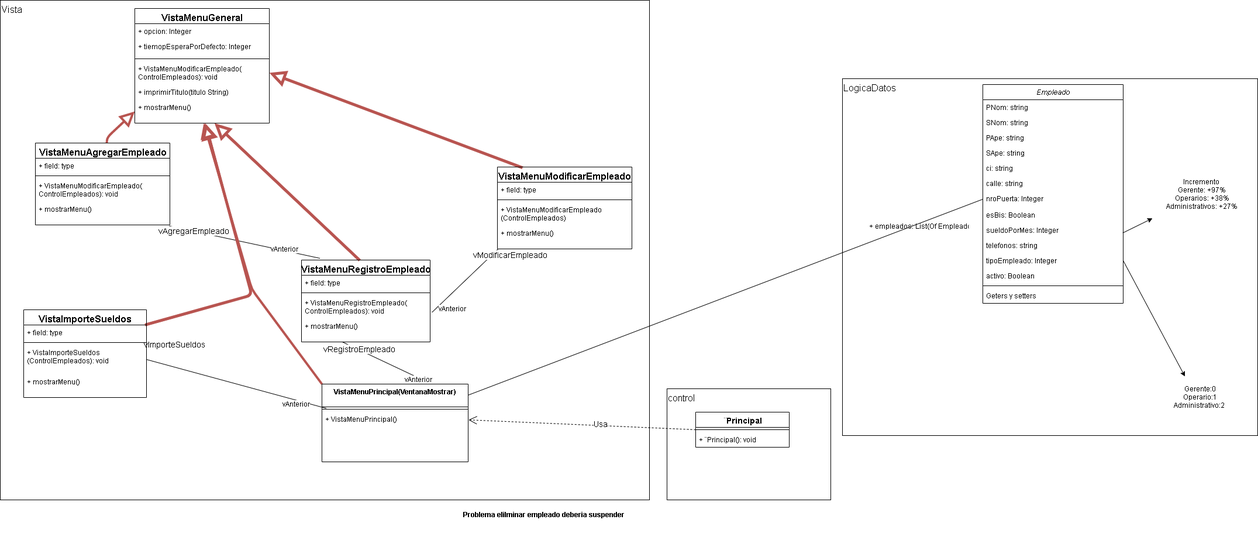
AlexisM-prog/Registro-de-empleados keeps this draw.io diagram as Diagrama clase.png. Above is the earlier version. Source tidied: cells renumbered, new cells last; positions are measured from the earlier drawing's top-left corner, leaving out a move shared by most shapes.
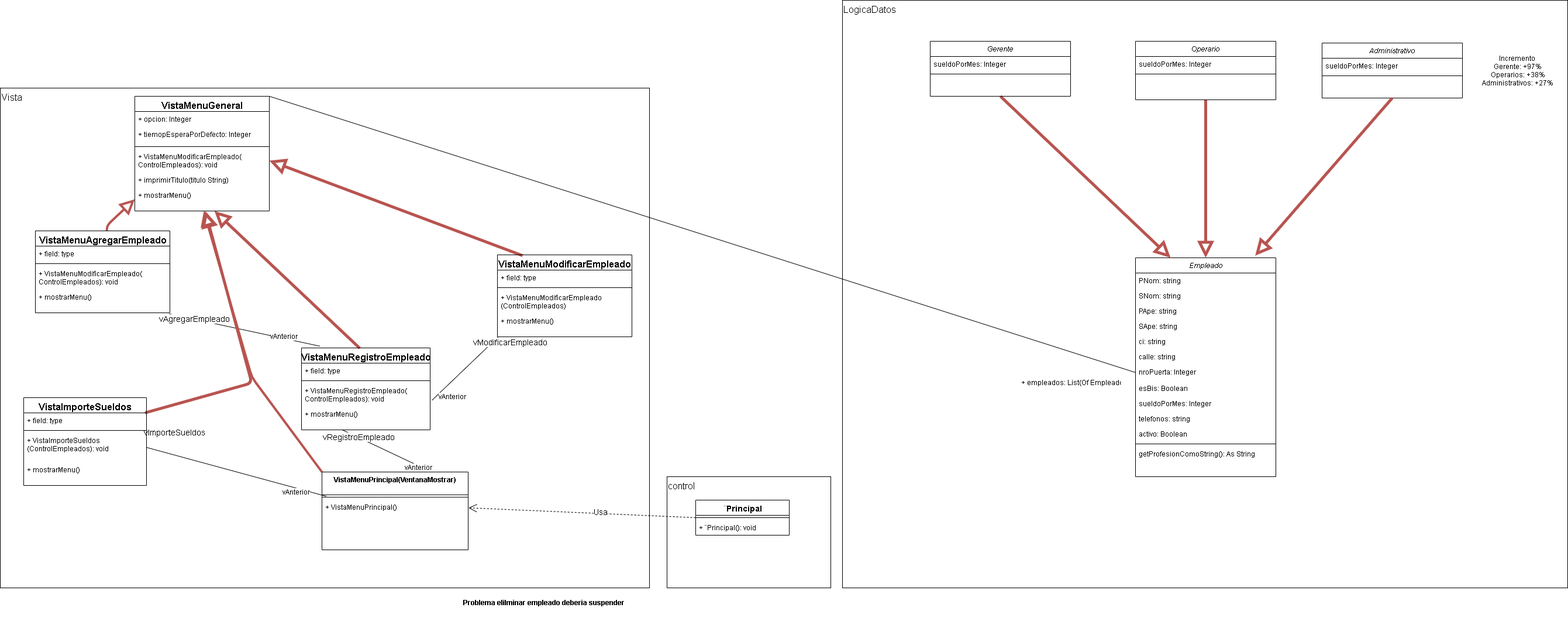
The same diagram one commit later.

Commit message:
Agrego clase Operario, Administrador y Gerente

Antes habia un tipoEmpleado ahora los 3 heredan de empleado

Diff of the diagram source:
```diff
@@ -6,28 +6,26 @@
       <mxGeometry width="1110" height="854" as="geometry" />
     </mxCell>
     <mxCell id="3" value="LogicaDatos" style="rounded=0;fillColor=none;align=left;whiteSpace=wrap;html=1;spacing=2;fontSize=16;horizontal=1;verticalAlign=top;" parent="1" vertex="1">
-      <mxGeometry x="1440" y="134" width="710" height="610" as="geometry" />
+      <mxGeometry x="1440" y="-150" width="1240" height="1004" as="geometry" />
     </mxCell>
-    <mxCell id="4" value="&amp;nbsp;Gerente:0&lt;br&gt;&amp;nbsp;Operario:1&lt;br&gt;Administrativo:2" style="text;html=1;strokeColor=none;fillColor=none;align=center;verticalAlign=middle;whiteSpace=wrap;rounded=0;" parent="1" vertex="1">
-      <mxGeometry x="1980" y="643" width="140" height="70" as="geometry" />
-    </mxCell>
+    <mxCell id="78" value="Administrativo" style="swimlane;fontStyle=2;align=center;verticalAlign=top;horizontal=1;startSize=26;rounded=0;shadow=0;strokeWidth=1;" parent="1" vertex="1">
+      <mxGeometry x="2260" y="-77" width="240" height="94" as="geometry" />
+    </mxCell>
+    <mxCell id="79" value="sueldoPorMes: Integer&#10;" style="text;align=left;verticalAlign=top;spacingLeft=4;spacingRight=4;overflow=hidden;rounded=0;shadow=0;html=0;" parent="78" vertex="1">
+      <mxGeometry y="26" width="240" height="26" as="geometry" />
+    </mxCell>
+    <mxCell id="80" style="line;html=1;strokeWidth=1;align=left;verticalAlign=middle;spacingTop=-1;spacingLeft=3;spacingRight=3;labelPosition=right;" parent="78" vertex="1">
+      <mxGeometry y="52" width="240" height="8" as="geometry" />
+    </mxCell>
     <mxCell id="5" value="Problema elilminar empleado deberia suspender" style="text;align=center;fontStyle=1;verticalAlign=middle;spacingLeft=3;spacingRight=3;strokeColor=none;" parent="1" vertex="1">
       <mxGeometry x="780" y="824" width="300" height="110" as="geometry" />
     </mxCell>
     <mxCell id="6" value="control" style="rounded=0;fillColor=none;align=left;whiteSpace=wrap;html=1;spacing=2;fontSize=16;horizontal=1;verticalAlign=top;" parent="1" vertex="1">
       <mxGeometry x="1140" y="664" width="280" height="190" as="geometry" />
     </mxCell>
-    <mxCell id="7" style="endArrow=classic;html=1;exitX=0.997;exitY=0.68;exitDx=0;exitDy=0;exitPerimeter=0;" parent="1" edge="1" source="72" target="8">
-      <mxGeometry relative="1" as="geometry" />
-    </mxCell>
     <mxCell id="8" value="Incremento&amp;nbsp;&lt;br&gt;Gerente: +97%&lt;br&gt;Operarios: +38%&lt;br&gt;Administrativos: +27%" style="text;html=1;strokeColor=none;fillColor=none;align=center;verticalAlign=middle;whiteSpace=wrap;rounded=0;" parent="1" vertex="1">
-      <mxGeometry x="1970" y="273" width="170" height="116" as="geometry" />
+      <mxGeometry x="2510" y="-88" width="170" height="116" as="geometry" />
     </mxCell>
-    <mxCell id="9" style="endArrow=classic;html=1;exitX=1;exitY=0.5;exitDx=0;exitDy=0;" parent="1" edge="1" source="74">
-      <mxGeometry relative="1" as="geometry">
-        <mxPoint x="2025.6" y="643" as="targetPoint" />
-      </mxGeometry>
-    </mxCell>
     <mxCell id="10" style="endArrow=none;endFill=0;endSize=12;html=1;fontSize=16;entryX=0.029;entryY=-0.064;entryDx=0;entryDy=0;exitX=1;exitY=0.5;exitDx=0;exitDy=0;entryPerimeter=0;" parent="1" edge="1" source="33" target="37">
       <mxGeometry relative="1" as="geometry" />
     </mxCell>
@@ -83,11 +81,11 @@
     <mxCell id="22" value="Usa" style="endArrow=open;endSize=12;dashed=1;html=1;fontSize=14;exitX=0;exitY=0.5;exitDx=0;exitDy=0;entryX=1.003;entryY=0.165;entryDx=0;entryDy=0;entryPerimeter=0;" parent="1" edge="1" source="60" target="37">
       <mxGeometry x="-0.16" y="-3" relative="1" as="geometry" />
     </mxCell>
-    <mxCell id="23" style="endArrow=none;endFill=0;endSize=12;html=1;fontSize=16;entryX=0;entryY=0.5;entryDx=0;entryDy=0;" parent="1" edge="1" source="35" target="70">
+    <mxCell id="23" style="endArrow=none;endFill=0;endSize=12;html=1;fontSize=16;entryX=0;entryY=0.5;entryDx=0;entryDy=0;exitX=1;exitY=0;exitDx=0;exitDy=0;" parent="1" edge="1" source="48" target="70">
       <mxGeometry relative="1" as="geometry" />
     </mxCell>
     <mxCell id="24" value="+ empleados: List(Of Empleado)" style="text;strokeColor=none;fillColor=none;align=left;verticalAlign=top;spacingLeft=4;spacingRight=4;overflow=hidden;" parent="1" vertex="1">
-      <mxGeometry x="1480" y="373" width="180" height="22" as="geometry" />
+      <mxGeometry x="1740" y="490" width="180" height="22" as="geometry" />
     </mxCell>
     <mxCell id="25" style="endArrow=block;endSize=16;endFill=0;html=1;exitX=0.453;exitY=0.004;exitDx=0;exitDy=0;exitPerimeter=0;fillColor=#f8cecc;strokeColor=#b85450;strokeWidth=5;" parent="1" edge="1" source="55" target="54">
       <mxGeometry x="1" y="-351" relative="1" as="geometry">
@@ -221,7 +219,7 @@
       <mxGeometry y="34" width="160" height="26" as="geometry" />
     </mxCell>
     <mxCell id="63" value="Empleado" style="swimlane;fontStyle=2;align=center;verticalAlign=top;horizontal=1;startSize=26;rounded=0;shadow=0;strokeWidth=1;" parent="1" vertex="1">
-      <mxGeometry x="1680" y="144" width="240" height="374" as="geometry" />
+      <mxGeometry x="1941" y="290" width="240" height="374" as="geometry" />
     </mxCell>
     <mxCell id="64" value="PNom: string" style="text;align=left;verticalAlign=top;spacingLeft=4;spacingRight=4;overflow=hidden;" parent="63" vertex="1">
       <mxGeometry y="26" width="240" height="26" as="geometry" />
@@ -253,17 +251,41 @@
     <mxCell id="73" value="telefonos: string" style="text;align=left;verticalAlign=top;spacingLeft=4;spacingRight=4;overflow=hidden;rounded=0;shadow=0;html=0;" parent="63" vertex="1">
       <mxGeometry y="262" width="240" height="26" as="geometry" />
     </mxCell>
-    <mxCell id="74" value="tipoEmpleado: Integer" style="text;align=left;verticalAlign=top;spacingLeft=4;spacingRight=4;overflow=hidden;points=[[0,0.5],[1,0.5]];portConstraint=eastwest;rounded=0;shadow=0;html=0;" parent="63" vertex="1">
-      <mxGeometry y="288" width="240" height="26" as="geometry" />
-    </mxCell>
     <mxCell id="75" value="activo: Boolean" style="text;align=left;verticalAlign=top;spacingLeft=4;spacingRight=4;overflow=hidden;rounded=0;shadow=0;html=0;" parent="63" vertex="1">
-      <mxGeometry y="314" width="240" height="26" as="geometry" />
+      <mxGeometry y="288" width="240" height="26" as="geometry" />
     </mxCell>
     <mxCell id="76" style="line;html=1;strokeWidth=1;align=left;verticalAlign=middle;spacingTop=-1;spacingLeft=3;spacingRight=3;labelPosition=right;" parent="63" vertex="1">
-      <mxGeometry y="340" width="240" height="8" as="geometry" />
+      <mxGeometry y="314" width="240" height="8" as="geometry" />
     </mxCell>
-    <mxCell id="77" value="Geters y setters" style="text;align=left;verticalAlign=top;spacingLeft=4;spacingRight=4;overflow=hidden;" parent="63" vertex="1">
-      <mxGeometry y="348" width="240" height="26" as="geometry" />
+    <mxCell id="77" value="getProfesionComoString(): As String" style="text;align=left;verticalAlign=top;spacingLeft=4;spacingRight=4;overflow=hidden;" parent="63" vertex="1">
+      <mxGeometry y="322" width="240" height="28" as="geometry" />
     </mxCell>
+    <mxCell id="81" style="endArrow=block;endSize=16;endFill=0;html=1;fillColor=#f8cecc;strokeColor=#b85450;strokeWidth=5;exitX=0.5;exitY=1;exitDx=0;exitDy=0;entryX=0.25;entryY=0;entryDx=0;entryDy=0;" parent="1" edge="1" source="82" target="63">
+      <mxGeometry x="0.08" y="2" relative="1" as="geometry" />
+    </mxCell>
+    <mxCell id="82" value="Gerente" style="swimlane;fontStyle=2;align=center;verticalAlign=top;horizontal=1;startSize=26;rounded=0;shadow=0;strokeWidth=1;" parent="1" vertex="1">
+      <mxGeometry x="1590" y="-80" width="240" height="94" as="geometry" />
+    </mxCell>
+    <mxCell id="83" value="sueldoPorMes: Integer&#10;" style="text;align=left;verticalAlign=top;spacingLeft=4;spacingRight=4;overflow=hidden;rounded=0;shadow=0;html=0;" parent="82" vertex="1">
+      <mxGeometry y="26" width="240" height="26" as="geometry" />
+    </mxCell>
+    <mxCell id="84" style="line;html=1;strokeWidth=1;align=left;verticalAlign=middle;spacingTop=-1;spacingLeft=3;spacingRight=3;labelPosition=right;" parent="82" vertex="1">
+      <mxGeometry y="52" width="240" height="8" as="geometry" />
+    </mxCell>
+    <mxCell id="85" style="endArrow=block;endSize=16;endFill=0;html=1;fillColor=#f8cecc;strokeColor=#b85450;strokeWidth=5;exitX=0.5;exitY=1;exitDx=0;exitDy=0;" parent="1" edge="1" source="87" target="63">
+      <mxGeometry x="0.08" y="2" relative="1" as="geometry" />
+    </mxCell>
+    <mxCell id="86" style="endArrow=block;endSize=16;endFill=0;html=1;fillColor=#f8cecc;strokeColor=#b85450;strokeWidth=5;entryX=0.853;entryY=-0.01;entryDx=0;entryDy=0;entryPerimeter=0;exitX=0.5;exitY=1;exitDx=0;exitDy=0;" parent="1" edge="1" source="78" target="63">
+      <mxGeometry x="0.08" y="2" relative="1" as="geometry" />
+    </mxCell>
+    <mxCell id="87" value="Operario" style="swimlane;fontStyle=2;align=center;verticalAlign=top;horizontal=1;startSize=26;rounded=0;shadow=0;strokeWidth=1;" parent="1" vertex="1">
+      <mxGeometry x="1941" y="-80" width="240" height="100" as="geometry" />
+    </mxCell>
+    <mxCell id="88" value="sueldoPorMes: Integer&#10;" style="text;align=left;verticalAlign=top;spacingLeft=4;spacingRight=4;overflow=hidden;rounded=0;shadow=0;html=0;" parent="87" vertex="1">
+      <mxGeometry y="26" width="240" height="26" as="geometry" />
+    </mxCell>
+    <mxCell id="89" style="line;html=1;strokeWidth=1;align=left;verticalAlign=middle;spacingTop=-1;spacingLeft=3;spacingRight=3;labelPosition=right;" parent="87" vertex="1">
+      <mxGeometry y="52" width="240" height="8" as="geometry" />
+    </mxCell>
   </root>
 </mxGraphModel>
```
